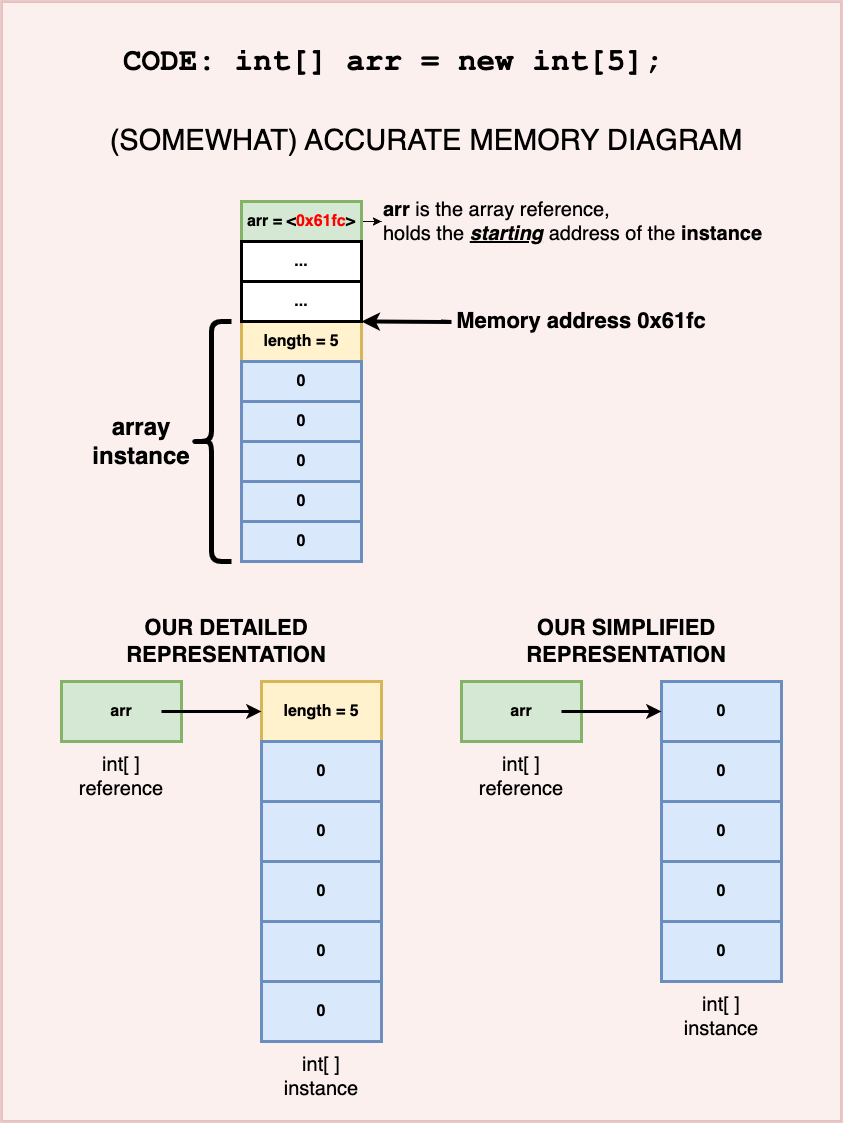
Above: assets/images/intArray.png in SoftwareTechnologyMQ/SoftwareTechnologyMQ.github.io (draw.io), before the change. Source tidied: cells renumbered, new cells last; positions are measured from the earlier drawing's top-left corner, leaving out a move shared by most shapes.
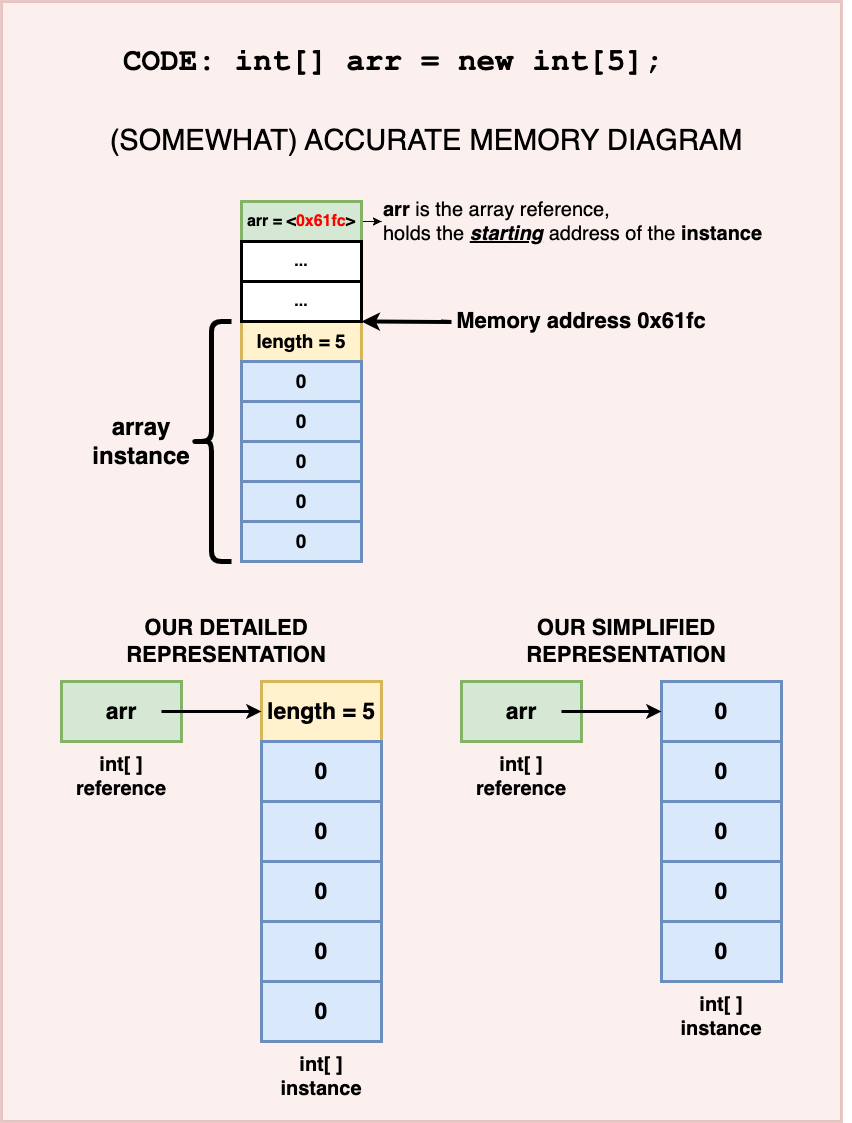
Above is the later version.

Diff of the diagram source:
```diff
@@ -8,22 +8,22 @@
     <mxCell id="3" value="&lt;font face=&quot;Courier New&quot; style=&quot;font-size: 31px;&quot;&gt;&lt;b style=&quot;font-size: 31px;&quot;&gt;&lt;span class=&quot;s1&quot; style=&quot;font-size: 31px;&quot;&gt;CODE: int&lt;/span&gt;&lt;span class=&quot;s2&quot; style=&quot;font-size: 31px;&quot;&gt;[]&lt;/span&gt;&lt;span class=&quot;s3&quot; style=&quot;font-size: 31px;&quot;&gt; &lt;/span&gt;&lt;span class=&quot;s4&quot; style=&quot;font-size: 31px;&quot;&gt;arr&amp;nbsp;&lt;/span&gt;&lt;/b&gt;&lt;/font&gt;&lt;b style=&quot;font-family: &amp;quot;courier new&amp;quot;; font-size: 31px;&quot;&gt;&lt;span class=&quot;s5&quot; style=&quot;font-size: 31px;&quot;&gt;=&lt;/span&gt;&lt;span class=&quot;s3&quot; style=&quot;font-size: 31px;&quot;&gt;&amp;nbsp;new int[5]&lt;/span&gt;&lt;span class=&quot;s5&quot; style=&quot;font-size: 31px;&quot;&gt;;&lt;/span&gt;&lt;/b&gt;&lt;font face=&quot;Courier New&quot; style=&quot;font-size: 31px;&quot;&gt;&lt;b style=&quot;font-size: 31px;&quot;&gt;&lt;br style=&quot;font-size: 31px;&quot;&gt;&lt;/b&gt;&lt;/font&gt;&lt;p class=&quot;p2&quot; style=&quot;font-size: 31px;&quot;&gt;&lt;font face=&quot;Courier New&quot; style=&quot;font-size: 31px;&quot;&gt;&lt;b style=&quot;font-size: 31px;&quot;&gt;&lt;span class=&quot;Apple-tab-span&quot; style=&quot;font-size: 31px;&quot;&gt;&#9;&lt;/span&gt;&lt;span class=&quot;Apple-tab-span&quot; style=&quot;font-size: 31px;&quot;&gt;&#9;&lt;/span&gt;&lt;/b&gt;&lt;/font&gt;&lt;/p&gt;" style="text;html=1;strokeColor=none;fillColor=none;align=left;verticalAlign=middle;whiteSpace=wrap;rounded=0;fontSize=31;" parent="1" vertex="1">
       <mxGeometry x="120" y="50" width="635" height="50" as="geometry" />
     </mxCell>
-    <mxCell id="4" value="arr" style="rounded=0;whiteSpace=wrap;html=1;fillColor=#d5e8d4;strokeColor=#82b366;strokeWidth=3;fontSize=16;fontStyle=1;" parent="1" vertex="1">
+    <mxCell id="4" value="arr" style="rounded=0;whiteSpace=wrap;html=1;fillColor=#d5e8d4;strokeColor=#82b366;strokeWidth=3;fontSize=23;fontStyle=1;" parent="1" vertex="1">
       <mxGeometry x="60" y="680" width="120" height="60" as="geometry" />
     </mxCell>
-    <mxCell id="5" value="length = 5" style="rounded=0;whiteSpace=wrap;html=1;fillColor=#fff2cc;strokeColor=#d6b656;strokeWidth=3;fontSize=16;fontStyle=1;" parent="1" vertex="1">
+    <mxCell id="5" value="length = 5" style="rounded=0;whiteSpace=wrap;html=1;fillColor=#fff2cc;strokeColor=#d6b656;strokeWidth=3;fontSize=23;fontStyle=1;" parent="1" vertex="1">
       <mxGeometry x="260" y="680" width="120" height="60" as="geometry" />
     </mxCell>
-    <mxCell id="6" value="0" style="rounded=0;whiteSpace=wrap;html=1;fillColor=#dae8fc;strokeColor=#6c8ebf;strokeWidth=3;fontSize=16;fontStyle=1;" parent="1" vertex="1">
+    <mxCell id="6" value="0" style="rounded=0;whiteSpace=wrap;html=1;fillColor=#dae8fc;strokeColor=#6c8ebf;strokeWidth=3;fontSize=23;fontStyle=1;" parent="1" vertex="1">
       <mxGeometry x="260" y="740" width="120" height="60" as="geometry" />
     </mxCell>
-    <mxCell id="7" value="0" style="rounded=0;whiteSpace=wrap;html=1;fillColor=#dae8fc;strokeColor=#6c8ebf;strokeWidth=3;fontSize=16;fontStyle=1;" parent="1" vertex="1">
+    <mxCell id="7" value="0" style="rounded=0;whiteSpace=wrap;html=1;fillColor=#dae8fc;strokeColor=#6c8ebf;strokeWidth=3;fontSize=23;fontStyle=1;" parent="1" vertex="1">
       <mxGeometry x="260" y="800" width="120" height="60" as="geometry" />
     </mxCell>
-    <mxCell id="8" value="0" style="rounded=0;whiteSpace=wrap;html=1;fillColor=#dae8fc;strokeColor=#6c8ebf;strokeWidth=3;fontSize=16;fontStyle=1;" parent="1" vertex="1">
+    <mxCell id="8" value="0" style="rounded=0;whiteSpace=wrap;html=1;fillColor=#dae8fc;strokeColor=#6c8ebf;strokeWidth=3;fontSize=23;fontStyle=1;" parent="1" vertex="1">
       <mxGeometry x="260" y="860" width="120" height="60" as="geometry" />
     </mxCell>
-    <mxCell id="9" value="0" style="rounded=0;whiteSpace=wrap;html=1;fillColor=#dae8fc;strokeColor=#6c8ebf;strokeWidth=3;fontSize=16;fontStyle=1;" parent="1" vertex="1">
+    <mxCell id="9" value="0" style="rounded=0;whiteSpace=wrap;html=1;fillColor=#dae8fc;strokeColor=#6c8ebf;strokeWidth=3;fontSize=23;fontStyle=1;" parent="1" vertex="1">
       <mxGeometry x="260" y="920" width="120" height="60" as="geometry" />
     </mxCell>
     <mxCell id="10" style="endArrow=classic;html=1;rounded=0;entryX=0;entryY=0.5;entryDx=0;entryDy=0;strokeWidth=3;fontSize=16;fontStyle=1;" parent="1" edge="1" target="5">
@@ -31,19 +31,19 @@
         <mxPoint x="160" y="710" as="sourcePoint" />
       </mxGeometry>
     </mxCell>
-    <mxCell id="11" value="arr" style="rounded=0;whiteSpace=wrap;html=1;fillColor=#d5e8d4;strokeColor=#82b366;strokeWidth=3;fontSize=16;fontStyle=1;" parent="1" vertex="1">
+    <mxCell id="11" value="arr" style="rounded=0;whiteSpace=wrap;html=1;fillColor=#d5e8d4;strokeColor=#82b366;strokeWidth=3;fontSize=23;fontStyle=1;" parent="1" vertex="1">
       <mxGeometry x="460" y="680" width="120" height="60" as="geometry" />
     </mxCell>
-    <mxCell id="12" value="0" style="rounded=0;whiteSpace=wrap;html=1;fillColor=#dae8fc;strokeColor=#6c8ebf;strokeWidth=3;fontSize=16;fontStyle=1;" parent="1" vertex="1">
+    <mxCell id="12" value="0" style="rounded=0;whiteSpace=wrap;html=1;fillColor=#dae8fc;strokeColor=#6c8ebf;strokeWidth=3;fontSize=23;fontStyle=1;" parent="1" vertex="1">
       <mxGeometry x="660" y="680" width="120" height="60" as="geometry" />
     </mxCell>
-    <mxCell id="13" value="0" style="rounded=0;whiteSpace=wrap;html=1;fillColor=#dae8fc;strokeColor=#6c8ebf;strokeWidth=3;fontSize=16;fontStyle=1;" parent="1" vertex="1">
+    <mxCell id="13" value="0" style="rounded=0;whiteSpace=wrap;html=1;fillColor=#dae8fc;strokeColor=#6c8ebf;strokeWidth=3;fontSize=23;fontStyle=1;" parent="1" vertex="1">
       <mxGeometry x="660" y="740" width="120" height="60" as="geometry" />
     </mxCell>
-    <mxCell id="14" value="0" style="rounded=0;whiteSpace=wrap;html=1;fillColor=#dae8fc;strokeColor=#6c8ebf;strokeWidth=3;fontSize=16;fontStyle=1;" parent="1" vertex="1">
+    <mxCell id="14" value="0" style="rounded=0;whiteSpace=wrap;html=1;fillColor=#dae8fc;strokeColor=#6c8ebf;strokeWidth=3;fontSize=23;fontStyle=1;" parent="1" vertex="1">
       <mxGeometry x="660" y="800" width="120" height="60" as="geometry" />
     </mxCell>
-    <mxCell id="15" value="0" style="rounded=0;whiteSpace=wrap;html=1;fillColor=#dae8fc;strokeColor=#6c8ebf;strokeWidth=3;fontSize=16;fontStyle=1;" parent="1" vertex="1">
+    <mxCell id="15" value="0" style="rounded=0;whiteSpace=wrap;html=1;fillColor=#dae8fc;strokeColor=#6c8ebf;strokeWidth=3;fontSize=23;fontStyle=1;" parent="1" vertex="1">
       <mxGeometry x="660" y="860" width="120" height="60" as="geometry" />
     </mxCell>
     <mxCell id="16" style="endArrow=classic;html=1;rounded=0;strokeWidth=3;fontSize=16;fontStyle=1;entryX=0;entryY=0.5;entryDx=0;entryDy=0;" parent="1" edge="1" target="12">
@@ -57,28 +57,28 @@
     <mxCell id="18" value="OUR SIMPLIFIED REPRESENTATION" style="text;html=1;strokeColor=none;fillColor=none;align=center;verticalAlign=middle;whiteSpace=wrap;rounded=0;fontSize=22;fontStyle=1;" parent="1" vertex="1">
       <mxGeometry x="450" y="630" width="350" height="20" as="geometry" />
     </mxCell>
-    <mxCell id="19" value="0" style="rounded=0;whiteSpace=wrap;html=1;fillColor=#dae8fc;strokeColor=#6c8ebf;strokeWidth=3;fontSize=16;fontStyle=1;" parent="1" vertex="1">
+    <mxCell id="19" value="0" style="rounded=0;whiteSpace=wrap;html=1;fillColor=#dae8fc;strokeColor=#6c8ebf;strokeWidth=3;fontSize=23;fontStyle=1;" parent="1" vertex="1">
       <mxGeometry x="660" y="920" width="120" height="60" as="geometry" />
     </mxCell>
-    <mxCell id="20" value="0" style="rounded=0;whiteSpace=wrap;html=1;fillColor=#dae8fc;strokeColor=#6c8ebf;strokeWidth=3;fontSize=16;fontStyle=1;" parent="1" vertex="1">
+    <mxCell id="20" value="0" style="rounded=0;whiteSpace=wrap;html=1;fillColor=#dae8fc;strokeColor=#6c8ebf;strokeWidth=3;fontSize=23;fontStyle=1;" parent="1" vertex="1">
       <mxGeometry x="260" y="980" width="120" height="60" as="geometry" />
     </mxCell>
-    <mxCell id="21" value="length = 5" style="rounded=0;whiteSpace=wrap;html=1;strokeWidth=3;fontSize=16;fontStyle=1;fillColor=#fff2cc;strokeColor=#d6b656;" parent="1" vertex="1">
+    <mxCell id="21" value="length = 5" style="rounded=0;whiteSpace=wrap;html=1;strokeWidth=3;fontSize=19;fontStyle=1;fillColor=#fff2cc;strokeColor=#d6b656;" parent="1" vertex="1">
       <mxGeometry x="240" y="320" width="120" height="40" as="geometry" />
     </mxCell>
-    <mxCell id="22" value="0" style="rounded=0;whiteSpace=wrap;html=1;strokeWidth=3;fontSize=16;fontStyle=1;fillColor=#dae8fc;strokeColor=#6c8ebf;" parent="1" vertex="1">
+    <mxCell id="22" value="0" style="rounded=0;whiteSpace=wrap;html=1;strokeWidth=3;fontSize=19;fontStyle=1;fillColor=#dae8fc;strokeColor=#6c8ebf;" parent="1" vertex="1">
       <mxGeometry x="240" y="360" width="120" height="40" as="geometry" />
     </mxCell>
-    <mxCell id="23" value="0" style="rounded=0;whiteSpace=wrap;html=1;strokeWidth=3;fontSize=16;fontStyle=1;fillColor=#dae8fc;strokeColor=#6c8ebf;" parent="1" vertex="1">
+    <mxCell id="23" value="0" style="rounded=0;whiteSpace=wrap;html=1;strokeWidth=3;fontSize=19;fontStyle=1;fillColor=#dae8fc;strokeColor=#6c8ebf;" parent="1" vertex="1">
       <mxGeometry x="240" y="480" width="120" height="40" as="geometry" />
     </mxCell>
-    <mxCell id="24" value="0" style="rounded=0;whiteSpace=wrap;html=1;strokeWidth=3;fontSize=16;fontStyle=1;fillColor=#dae8fc;strokeColor=#6c8ebf;" parent="1" vertex="1">
+    <mxCell id="24" value="0" style="rounded=0;whiteSpace=wrap;html=1;strokeWidth=3;fontSize=19;fontStyle=1;fillColor=#dae8fc;strokeColor=#6c8ebf;" parent="1" vertex="1">
       <mxGeometry x="240" y="440" width="120" height="40" as="geometry" />
     </mxCell>
-    <mxCell id="25" value="0" style="rounded=0;whiteSpace=wrap;html=1;strokeWidth=3;fontSize=16;fontStyle=1;fillColor=#dae8fc;strokeColor=#6c8ebf;" parent="1" vertex="1">
+    <mxCell id="25" value="0" style="rounded=0;whiteSpace=wrap;html=1;strokeWidth=3;fontSize=19;fontStyle=1;fillColor=#dae8fc;strokeColor=#6c8ebf;" parent="1" vertex="1">
       <mxGeometry x="240" y="400" width="120" height="40" as="geometry" />
     </mxCell>
-    <mxCell id="26" value="0" style="rounded=0;whiteSpace=wrap;html=1;strokeWidth=3;fontSize=16;fontStyle=1;fillColor=#dae8fc;strokeColor=#6c8ebf;" parent="1" vertex="1">
+    <mxCell id="26" value="0" style="rounded=0;whiteSpace=wrap;html=1;strokeWidth=3;fontSize=19;fontStyle=1;fillColor=#dae8fc;strokeColor=#6c8ebf;" parent="1" vertex="1">
       <mxGeometry x="240" y="520" width="120" height="40" as="geometry" />
     </mxCell>
     <mxCell id="27" style="edgeStyle=orthogonalEdgeStyle;rounded=0;jettySize=auto;html=1;" parent="1" edge="1" source="28" target="32">
@@ -116,16 +116,16 @@
     <mxCell id="36" value="array &lt;br style=&quot;font-size: 24px;&quot;&gt;instance" style="text;html=1;strokeColor=none;fillColor=none;align=center;verticalAlign=middle;whiteSpace=wrap;rounded=0;fontSize=24;fontStyle=1;" parent="1" vertex="1">
       <mxGeometry x="70" y="425" width="140" height="30" as="geometry" />
     </mxCell>
-    <mxCell id="37" value="int[ ] reference" style="text;html=1;strokeColor=none;fillColor=none;align=center;verticalAlign=middle;whiteSpace=wrap;rounded=0;fontSize=20;" parent="1" vertex="1">
+    <mxCell id="37" value="int[ ] reference" style="text;html=1;strokeColor=none;fillColor=none;align=center;verticalAlign=middle;whiteSpace=wrap;rounded=0;fontSize=20;fontStyle=1;" parent="1" vertex="1">
       <mxGeometry x="90" y="760" width="60" height="30" as="geometry" />
     </mxCell>
-    <mxCell id="38" value="int[ ] instance" style="text;html=1;strokeColor=none;fillColor=none;align=center;verticalAlign=middle;whiteSpace=wrap;rounded=0;fontSize=20;" parent="1" vertex="1">
+    <mxCell id="38" value="int[ ] instance" style="text;html=1;strokeColor=none;fillColor=none;align=center;verticalAlign=middle;whiteSpace=wrap;rounded=0;fontSize=20;fontStyle=1;" parent="1" vertex="1">
       <mxGeometry x="290" y="1060" width="60" height="30" as="geometry" />
     </mxCell>
-    <mxCell id="39" value="int[ ] reference" style="text;html=1;strokeColor=none;fillColor=none;align=center;verticalAlign=middle;whiteSpace=wrap;rounded=0;fontSize=20;" parent="1" vertex="1">
+    <mxCell id="39" value="int[ ] reference" style="text;html=1;strokeColor=none;fillColor=none;align=center;verticalAlign=middle;whiteSpace=wrap;rounded=0;fontSize=20;fontStyle=1;" parent="1" vertex="1">
       <mxGeometry x="490" y="760" width="60" height="30" as="geometry" />
     </mxCell>
-    <mxCell id="40" value="int[ ] instance" style="text;html=1;strokeColor=none;fillColor=none;align=center;verticalAlign=middle;whiteSpace=wrap;rounded=0;fontSize=20;" parent="1" vertex="1">
+    <mxCell id="40" value="int[ ] instance" style="text;html=1;strokeColor=none;fillColor=none;align=center;verticalAlign=middle;whiteSpace=wrap;rounded=0;fontSize=20;fontStyle=1;" parent="1" vertex="1">
       <mxGeometry x="690" y="1000" width="60" height="30" as="geometry" />
     </mxCell>
   </root>
```
